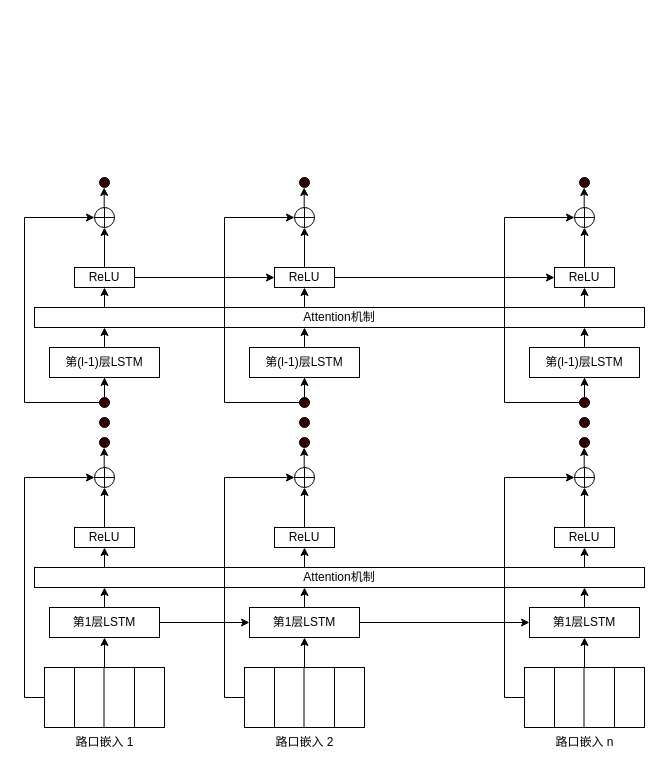
Earlier version of the draw.io diagram page "第 3 页" (3 of 3) of 未命名绘图.drawio (Alina713/MGLSTM). Source tidied: cells renumbered, new cells numbered last; positions are measured from the earlier drawing's top-left corner, leaving out a move shared by most shapes. Both pictures are drawn from the tidied source at 100%, with x=0, y=0 at pixel (24, 177).
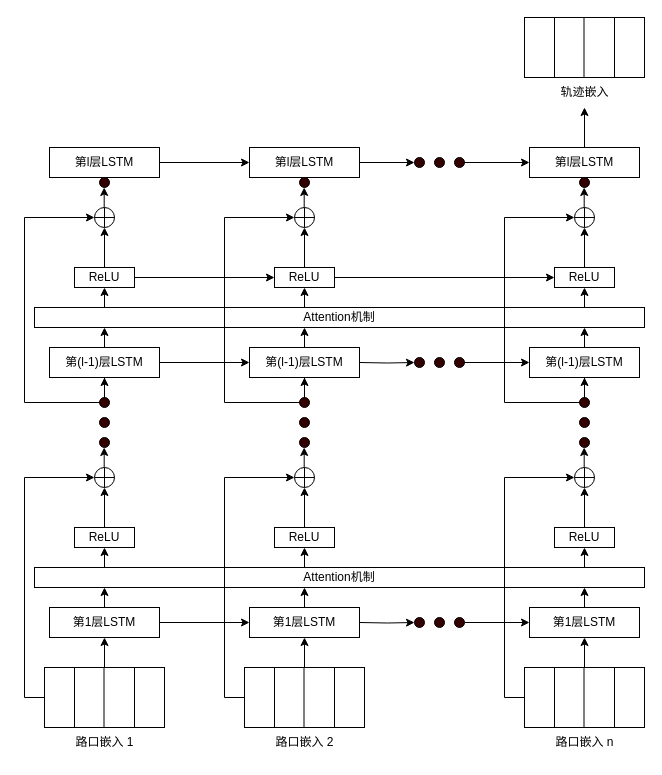
After the change.

Commit message:
更新未命名绘图.drawio

The change refers to these unchanged cells:
```xml
<mxCell id="23" value="第1层LSTM" style="rounded=0;whiteSpace=wrap;html=1;" parent="1" vertex="1">
  <mxGeometry x="225" y="430" width="110" height="30" as="geometry" />
</mxCell>
<mxCell id="24" value="第1层LSTM" style="rounded=0;whiteSpace=wrap;html=1;" parent="1" vertex="1">
  <mxGeometry x="505" y="430" width="110" height="30" as="geometry" />
</mxCell>
<mxCell id="59" value="第(l-1)层LSTM" style="rounded=0;whiteSpace=wrap;html=1;" parent="1" vertex="1">
  <mxGeometry x="25" y="170" width="110" height="30" as="geometry" />
</mxCell>
<mxCell id="60" value="第(l-1)层LSTM" style="rounded=0;whiteSpace=wrap;html=1;" parent="1" vertex="1">
  <mxGeometry x="225" y="170" width="110" height="30" as="geometry" />
</mxCell>
```

The edit, as a diff of the source:
```diff
@@
-    <mxCell id="22" style="edgeStyle=orthogonalEdgeStyle;rounded=0;jettySize=auto;html=1;entryX=0;entryY=0.5;entryDx=0;entryDy=0;" parent="1" edge="1" source="23" target="24">
-      <mxGeometry relative="1" as="geometry" />
-    </mxCell>
@@
+    <mxCell id="89" style="edgeStyle=orthogonalEdgeStyle;rounded=0;jettySize=auto;html=1;entryX=0;entryY=0.5;entryDx=0;entryDy=0;" parent="1" edge="1" source="59" target="60">
+      <mxGeometry relative="1" as="geometry" />
+    </mxCell>
@@
+    <mxCell id="90" style="edgeStyle=orthogonalEdgeStyle;rounded=0;jettySize=auto;html=1;entryX=0;entryY=0.5;entryDx=0;entryDy=0;" parent="1" edge="1" source="91" target="93">
+      <mxGeometry relative="1" as="geometry" />
+    </mxCell>
+    <mxCell id="91" value="第l层LSTM" style="rounded=0;whiteSpace=wrap;html=1;" parent="1" vertex="1">
+      <mxGeometry x="25" y="-30" width="110" height="30" as="geometry" />
+    </mxCell>
+    <mxCell id="92" style="edgeStyle=orthogonalEdgeStyle;rounded=0;jettySize=auto;html=1;entryX=0;entryY=0.5;entryDx=0;entryDy=0;" parent="1" edge="1" source="93" target="96">
+      <mxGeometry relative="1" as="geometry" />
+    </mxCell>
+    <mxCell id="93" value="第l层LSTM" style="rounded=0;whiteSpace=wrap;html=1;" parent="1" vertex="1">
+      <mxGeometry x="225" y="-30" width="110" height="30" as="geometry" />
+    </mxCell>
+    <mxCell id="94" style="edgeStyle=orthogonalEdgeStyle;rounded=0;jettySize=auto;html=1;" parent="1" edge="1" source="95" target="114">
+      <mxGeometry relative="1" as="geometry" />
+    </mxCell>
+    <mxCell id="95" value="第l层LSTM" style="rounded=0;whiteSpace=wrap;html=1;" parent="1" vertex="1">
+      <mxGeometry x="505" y="-30" width="110" height="30" as="geometry" />
+    </mxCell>
+    <mxCell id="96" style="ellipse;whiteSpace=wrap;html=1;fillColor=#330000;" parent="1" vertex="1">
+      <mxGeometry x="390" y="-20" width="10" height="10" as="geometry" />
+    </mxCell>
+    <mxCell id="97" style="ellipse;whiteSpace=wrap;html=1;fillColor=#330000;" parent="1" vertex="1">
+      <mxGeometry x="410" y="-20" width="10" height="10" as="geometry" />
+    </mxCell>
+    <mxCell id="98" style="edgeStyle=orthogonalEdgeStyle;rounded=0;jettySize=auto;html=1;entryX=0;entryY=0.5;entryDx=0;entryDy=0;" parent="1" edge="1" source="99" target="95">
+      <mxGeometry relative="1" as="geometry" />
+    </mxCell>
+    <mxCell id="99" style="ellipse;whiteSpace=wrap;html=1;fillColor=#330000;" parent="1" vertex="1">
+      <mxGeometry x="430" y="-20" width="10" height="10" as="geometry" />
+    </mxCell>
+    <mxCell id="100" style="edgeStyle=orthogonalEdgeStyle;rounded=0;jettySize=auto;html=1;entryX=0;entryY=0.5;entryDx=0;entryDy=0;" parent="1" edge="1" target="101">
+      <mxGeometry relative="1" as="geometry">
+        <mxPoint x="335" y="185" as="sourcePoint" />
+      </mxGeometry>
+    </mxCell>
+    <mxCell id="101" style="ellipse;whiteSpace=wrap;html=1;fillColor=#330000;" parent="1" vertex="1">
+      <mxGeometry x="390" y="180" width="10" height="10" as="geometry" />
+    </mxCell>
+    <mxCell id="102" style="ellipse;whiteSpace=wrap;html=1;fillColor=#330000;" parent="1" vertex="1">
+      <mxGeometry x="410" y="180" width="10" height="10" as="geometry" />
+    </mxCell>
+    <mxCell id="103" style="edgeStyle=orthogonalEdgeStyle;rounded=0;jettySize=auto;html=1;entryX=0;entryY=0.5;entryDx=0;entryDy=0;" parent="1" edge="1" source="104">
+      <mxGeometry relative="1" as="geometry">
+        <mxPoint x="505" y="185" as="targetPoint" />
+      </mxGeometry>
+    </mxCell>
+    <mxCell id="104" style="ellipse;whiteSpace=wrap;html=1;fillColor=#330000;" parent="1" vertex="1">
+      <mxGeometry x="430" y="180" width="10" height="10" as="geometry" />
+    </mxCell>
+    <mxCell id="105" style="edgeStyle=orthogonalEdgeStyle;rounded=0;jettySize=auto;html=1;entryX=0;entryY=0.5;entryDx=0;entryDy=0;" parent="1" edge="1" target="106">
+      <mxGeometry relative="1" as="geometry">
+        <mxPoint x="335" y="445" as="sourcePoint" />
+      </mxGeometry>
+    </mxCell>
+    <mxCell id="106" style="ellipse;whiteSpace=wrap;html=1;fillColor=#330000;" parent="1" vertex="1">
+      <mxGeometry x="390" y="440" width="10" height="10" as="geometry" />
+    </mxCell>
+    <mxCell id="107" style="ellipse;whiteSpace=wrap;html=1;fillColor=#330000;" parent="1" vertex="1">
+      <mxGeometry x="410" y="440" width="10" height="10" as="geometry" />
+    </mxCell>
+    <mxCell id="108" style="edgeStyle=orthogonalEdgeStyle;rounded=0;jettySize=auto;html=1;entryX=0;entryY=0.5;entryDx=0;entryDy=0;" parent="1" edge="1" source="109">
+      <mxGeometry relative="1" as="geometry">
+        <mxPoint x="505" y="445" as="targetPoint" />
+      </mxGeometry>
+    </mxCell>
+    <mxCell id="109" style="ellipse;whiteSpace=wrap;html=1;fillColor=#330000;" parent="1" vertex="1">
+      <mxGeometry x="430" y="440" width="10" height="10" as="geometry" />
+    </mxCell>
+    <mxCell id="110" style="rounded=0;whiteSpace=wrap;html=1;" parent="1" vertex="1">
+      <mxGeometry x="500" y="-160" width="120" height="60" as="geometry" />
+    </mxCell>
+    <mxCell id="111" style="endArrow=none;html=1;rounded=0;entryX=0.25;entryY=0;entryDx=0;entryDy=0;exitX=0.25;exitY=1;exitDx=0;exitDy=0;" parent="1" edge="1">
+      <mxGeometry relative="1" as="geometry">
+        <mxPoint x="530" y="-100" as="sourcePoint" />
+        <mxPoint x="530" y="-160" as="targetPoint" />
+      </mxGeometry>
+    </mxCell>
+    <mxCell id="112" style="endArrow=none;html=1;rounded=0;entryX=0.25;entryY=0;entryDx=0;entryDy=0;exitX=0.25;exitY=1;exitDx=0;exitDy=0;" parent="1" edge="1">
+      <mxGeometry relative="1" as="geometry">
+        <mxPoint x="559.5" y="-100" as="sourcePoint" />
+        <mxPoint x="559.5" y="-160" as="targetPoint" />
+      </mxGeometry>
+    </mxCell>
+    <mxCell id="113" style="endArrow=none;html=1;rounded=0;entryX=0.25;entryY=0;entryDx=0;entryDy=0;exitX=0.25;exitY=1;exitDx=0;exitDy=0;" parent="1" edge="1">
+      <mxGeometry relative="1" as="geometry">
+        <mxPoint x="590" y="-100" as="sourcePoint" />
+        <mxPoint x="590" y="-160" as="targetPoint" />
+      </mxGeometry>
+    </mxCell>
+    <mxCell id="114" value="轨迹嵌入" style="text;html=1;align=center;verticalAlign=middle;points=[];strokeColor=none;fillColor=none;" parent="1" vertex="1">
+      <mxGeometry x="525" y="-100" width="70" height="30" as="geometry" />
+    </mxCell>
```
